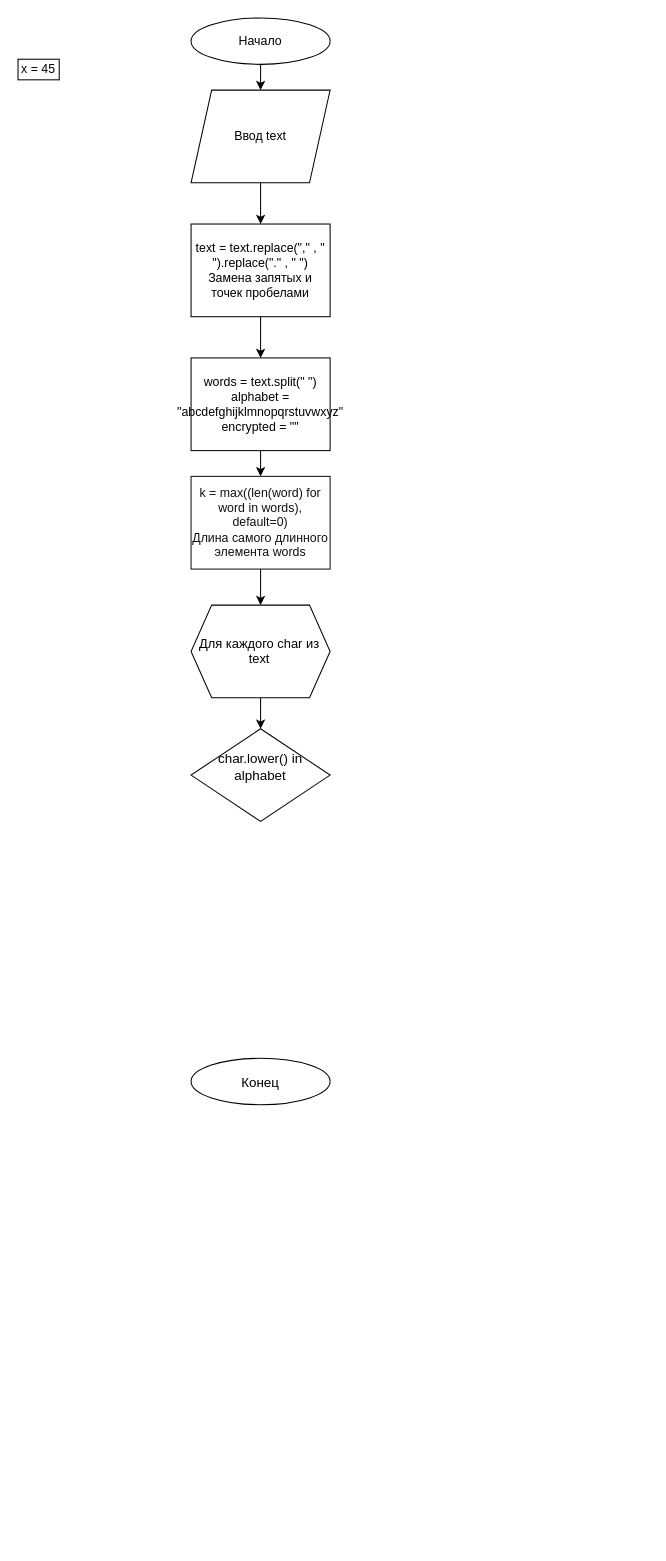
BinaryModder/Python_strings keeps this draw.io diagram as task_2/task_2_diagram.drawio. Above is the earlier version. Source tidied: cells renumbered, new cells numbered last; positions are measured from the earlier drawing's top-left corner, leaving out a move shared by most shapes. Both pictures are drawn from the tidied source at 103%, with x=0, y=0 at pixel (18, 18).
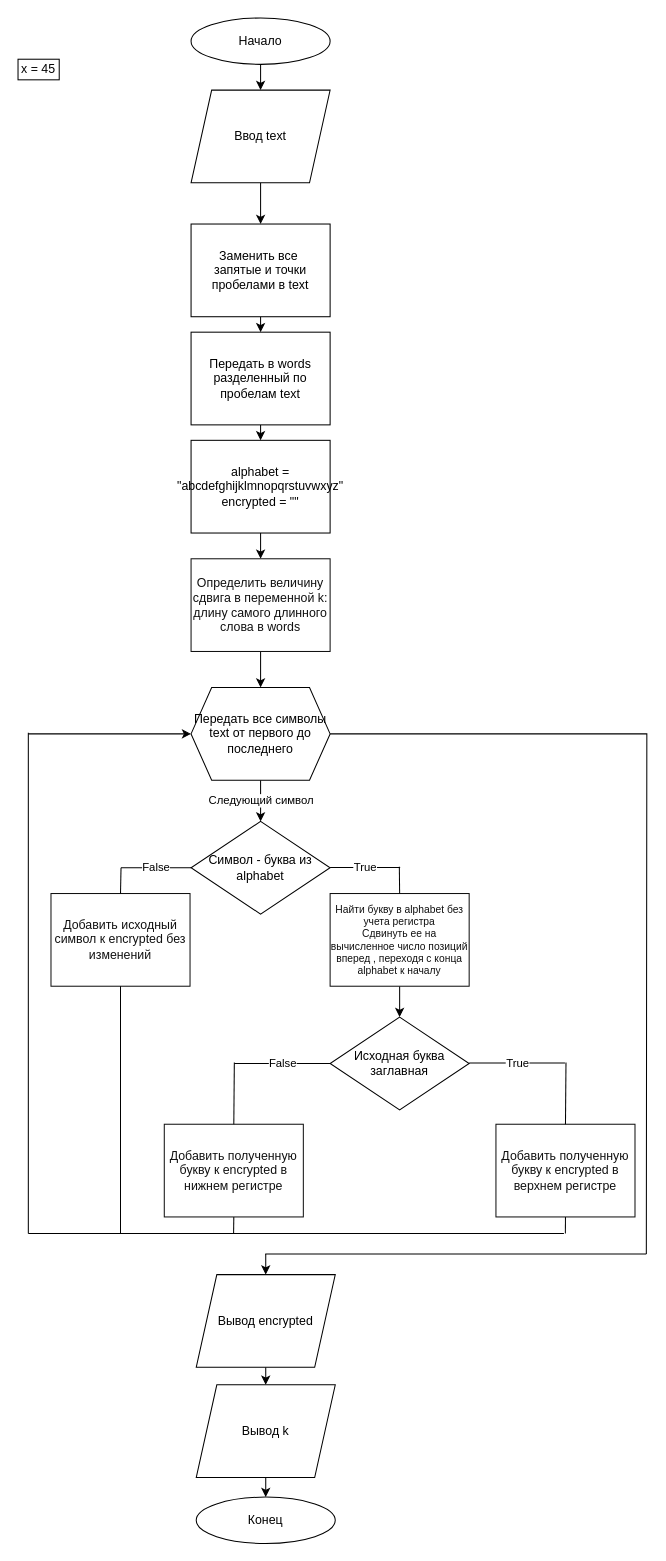
The same diagram, later.

What changed in the source:
```diff
@@
-    <mxCell id="4" value="Конец" style="ellipse;whiteSpace=wrap;html=1;shapeInside=1;fontSize=13;" parent="1" vertex="1">
-      <mxGeometry x="168" y="1010" width="135" height="45" as="geometry" />
+    <mxCell id="4" value="Конец" style="ellipse;whiteSpace=wrap;html=1;shapeInside=1;fontSize=12;" parent="1" vertex="1">
+      <mxGeometry x="173" y="1436" width="135" height="45" as="geometry" />
     </mxCell>
@@
-    <mxCell id="7" style="edgeStyle=orthogonalEdgeStyle;rounded=0;jettySize=auto;html=1;exitX=0.5;exitY=1;exitDx=0;exitDy=0;entryX=0.5;entryY=0;entryDx=0;entryDy=0;" parent="1" edge="1" source="8" target="10">
-      <mxGeometry relative="1" as="geometry" />
-    </mxCell>
+    <mxCell id="17" style="edgeStyle=orthogonalEdgeStyle;rounded=0;jettySize=auto;html=1;exitX=0.5;exitY=1;exitDx=0;exitDy=0;entryX=0.5;entryY=0;entryDx=0;entryDy=0;" parent="1" edge="1" source="8" target="20">
+      <mxGeometry relative="1" as="geometry" />
+    </mxCell>
-    <mxCell id="8" value="text = text.replace(&quot;,&quot; , &quot; &quot;).replace(&quot;.&quot; , &quot; &quot;)&lt;br&gt;Замена запятых и точек пробелами" style="rounded=0;whiteSpace=wrap;html=1;fontSize=12;align=center;" parent="1" vertex="1">
+    <mxCell id="8" value="Заменить все&amp;nbsp;&lt;div&gt;запятые и точки пробелами в text&lt;/div&gt;" style="rounded=0;whiteSpace=wrap;html=1;fontSize=12;align=center;" parent="1" vertex="1">
       <mxGeometry x="168" y="200" width="135" height="90" as="geometry" />
     </mxCell>
@@
-    <mxCell id="10" value="words = text.split(&quot; &quot;)&lt;br&gt;alphabet = &quot;abcdefghijklmnopqrstuvwxyz&quot;&lt;br&gt;encrypted = &quot;&quot;" style="rounded=0;whiteSpace=wrap;html=1;fontSize=12;align=center;" parent="1" vertex="1">
-      <mxGeometry x="168" y="330" width="135" height="90" as="geometry" />
+    <mxCell id="10" value="alphabet = &quot;abcdefghijklmnopqrstuvwxyz&quot;&lt;br&gt;encrypted = &quot;&quot;" style="rounded=0;whiteSpace=wrap;html=1;fontSize=12;align=center;" parent="1" vertex="1">
+      <mxGeometry x="168" y="410" width="135" height="90" as="geometry" />
     </mxCell>
@@
-    <mxCell id="12" value="k = max((len(word) for word in words),&lt;br&gt;default=0)&lt;br&gt;Длина самого длинного элемента words" style="rounded=0;whiteSpace=wrap;html=1;fontFamily=Arial;fontSize=12;align=center;verticalAlign=middle;fillColor=#ffffff;strokeColor=#111111;fontColor=#111111;" parent="1" vertex="1">
-      <mxGeometry x="168" y="445" width="135" height="90" as="geometry" />
+    <mxCell id="12" value="Определить величину сдвига в переменной k:&lt;div&gt;длину самого длинного слова в words&lt;/div&gt;" style="rounded=0;whiteSpace=wrap;html=1;fontFamily=Arial;fontSize=12;align=center;verticalAlign=middle;fillColor=#ffffff;strokeColor=#111111;fontColor=#111111;" parent="1" vertex="1">
+      <mxGeometry x="168" y="525" width="135" height="90" as="geometry" />
     </mxCell>
-    <mxCell id="13" style="edgeStyle=orthogonalEdgeStyle;rounded=0;jettySize=auto;html=1;exitX=0.5;exitY=1;exitDx=0;exitDy=0;entryX=0.5;entryY=0;entryDx=0;entryDy=0;" parent="1" edge="1" source="14" target="16">
+    <mxCell id="13" value="Следующий символ" style="edgeStyle=orthogonalEdgeStyle;rounded=0;jettySize=auto;html=1;exitX=0.5;exitY=1;exitDx=0;exitDy=0;entryX=0.5;entryY=0;entryDx=0;entryDy=0;" parent="1" edge="1" source="14" target="16">
       <mxGeometry relative="1" as="geometry" />
     </mxCell>
+    <mxCell id="18" style="edgeStyle=orthogonalEdgeStyle;rounded=0;jettySize=auto;html=1;endArrow=none;endFill=0;" parent="1" edge="1" source="14">
+      <mxGeometry relative="1" as="geometry">
+        <mxPoint x="610" y="1200" as="targetPoint" />
+      </mxGeometry>
+    </mxCell>
-    <mxCell id="14" value="&lt;div style=&quot;text-align: center;&quot;&gt;&lt;span style=&quot;text-decoration-line: inherit; background-color: transparent; color: light-dark(rgb(0, 0, 0), rgb(255, 255, 255));&quot;&gt;Для каждого char из text&lt;/span&gt;&lt;/div&gt;" style="shape=hexagon;perimeter=hexagonPerimeter2;whiteSpace=wrap;html=1;shapeInside=1;fixedSize=1;fontSize=12.5;align=right;" parent="1" vertex="1">
-      <mxGeometry x="168" y="570" width="135" height="90" as="geometry" />
+    <mxCell id="14" value="Передать все символы text от первого до последнего" style="shape=hexagon;perimeter=hexagonPerimeter2;whiteSpace=wrap;html=1;shapeInside=1;fixedSize=1;fontSize=12;align=center;" parent="1" vertex="1">
+      <mxGeometry x="168" y="650" width="135" height="90" as="geometry" />
     </mxCell>
@@
-    <mxCell id="16" value="char.lower() in alphabet&lt;div&gt;&lt;br/&gt;&lt;/div&gt;" style="rhombus;whiteSpace=wrap;html=1;shapeInside=1;fontSize=13;" parent="1" vertex="1">
-      <mxGeometry x="168" y="690" width="135" height="90" as="geometry" />
+    <mxCell id="16" value="Символ - буква из alphabet" style="rhombus;whiteSpace=wrap;html=1;shapeInside=1;fontSize=12;" parent="1" vertex="1">
+      <mxGeometry x="168" y="780" width="135" height="90" as="geometry" />
     </mxCell>
+    <mxCell id="19" style="edgeStyle=orthogonalEdgeStyle;rounded=0;jettySize=auto;html=1;exitX=0.5;exitY=1;exitDx=0;exitDy=0;entryX=0.5;entryY=0;entryDx=0;entryDy=0;" parent="1" edge="1" source="20" target="10">
+      <mxGeometry relative="1" as="geometry" />
+    </mxCell>
+    <mxCell id="20" value="Передать в words разделенный по пробелам text" style="rounded=0;whiteSpace=wrap;html=1;fontSize=12;align=center;" parent="1" vertex="1">
+      <mxGeometry x="168" y="305" width="135" height="90" as="geometry" />
+    </mxCell>
+    <mxCell id="21" value="False" style="endArrow=none;html=1;rounded=0;entryX=0;entryY=0.5;entryDx=0;entryDy=0;" parent="1" edge="1" target="16">
+      <mxGeometry relative="1" as="geometry">
+        <mxPoint x="100" y="825" as="sourcePoint" />
+      </mxGeometry>
+    </mxCell>
+    <mxCell id="22" value="True" style="endArrow=none;html=1;rounded=0;entryX=0;entryY=0.5;entryDx=0;entryDy=0;" parent="1" edge="1">
+      <mxGeometry relative="1" as="geometry">
+        <mxPoint x="303" y="824.7" as="sourcePoint" />
+        <mxPoint x="371" y="824.7" as="targetPoint" />
+      </mxGeometry>
+    </mxCell>
+    <mxCell id="23" value="Добавить исходный символ к encrypted без изменений" style="rounded=0;whiteSpace=wrap;html=1;fontFamily=Arial;fontSize=12;align=center;verticalAlign=middle;fillColor=#ffffff;strokeColor=#111111;fontColor=#111111;" parent="1" vertex="1">
+      <mxGeometry x="32" y="850" width="135" height="90" as="geometry" />
+    </mxCell>
+    <mxCell id="24" style="endArrow=none;html=1;rounded=0;exitX=0.5;exitY=0;exitDx=0;exitDy=0;" parent="1" edge="1" source="23">
+      <mxGeometry relative="1" as="geometry">
+        <mxPoint x="100" y="825" as="targetPoint" />
+      </mxGeometry>
+    </mxCell>
+    <mxCell id="25" style="edgeStyle=orthogonalEdgeStyle;rounded=0;jettySize=auto;html=1;exitX=0.5;exitY=1;exitDx=0;exitDy=0;entryX=0.5;entryY=0;entryDx=0;entryDy=0;" parent="1" edge="1" source="26" target="28">
+      <mxGeometry relative="1" as="geometry" />
+    </mxCell>
+    <mxCell id="26" value="Найти букву в alphabet без учета регистра&lt;br&gt;Сдвинуть ее на вычисленное число позиций вперед , переходя с конца alphabet к началу" style="rounded=0;whiteSpace=wrap;html=1;fontFamily=Arial;fontSize=10;align=center;verticalAlign=middle;fillColor=#ffffff;strokeColor=#111111;fontColor=#111111;" parent="1" vertex="1">
+      <mxGeometry x="303" y="850" width="135" height="90" as="geometry" />
+    </mxCell>
+    <mxCell id="27" style="endArrow=none;html=1;rounded=0;exitX=0.5;exitY=0;exitDx=0;exitDy=0;" parent="1" edge="1" source="26">
+      <mxGeometry relative="1" as="geometry">
+        <mxPoint x="370.2" y="824" as="targetPoint" />
+      </mxGeometry>
+    </mxCell>
+    <mxCell id="28" value="Исходная буква заглавная" style="rhombus;whiteSpace=wrap;html=1;shapeInside=1;fontSize=12;" parent="1" vertex="1">
+      <mxGeometry x="303" y="970" width="135" height="90" as="geometry" />
+    </mxCell>
+    <mxCell id="29" value="False" style="endArrow=none;html=1;rounded=0;entryX=0;entryY=0.5;entryDx=0;entryDy=0;" parent="1" edge="1" target="28">
+      <mxGeometry relative="1" as="geometry">
+        <mxPoint x="210" y="1015" as="sourcePoint" />
+      </mxGeometry>
+    </mxCell>
+    <mxCell id="30" value="True" style="endArrow=none;html=1;rounded=0;entryX=0;entryY=0.5;entryDx=0;entryDy=0;" parent="1" edge="1">
+      <mxGeometry relative="1" as="geometry">
+        <mxPoint x="438" y="1014.6" as="sourcePoint" />
+        <mxPoint x="531" y="1014.6" as="targetPoint" />
+      </mxGeometry>
+    </mxCell>
+    <mxCell id="31" style="edgeStyle=orthogonalEdgeStyle;rounded=0;jettySize=auto;html=1;exitX=0.5;exitY=1;exitDx=0;exitDy=0;endArrow=none;endFill=0;" parent="1" edge="1" source="32">
+      <mxGeometry relative="1" as="geometry">
+        <mxPoint x="209.3" y="1180" as="targetPoint" />
+      </mxGeometry>
+    </mxCell>
+    <mxCell id="32" value="Добавить полученную букву к encrypted в нижнем регистре" style="rounded=0;whiteSpace=wrap;html=1;fontFamily=Arial;fontSize=12;align=center;verticalAlign=middle;fillColor=#ffffff;strokeColor=#111111;fontColor=#111111;" parent="1" vertex="1">
+      <mxGeometry x="142" y="1074" width="135" height="90" as="geometry" />
+    </mxCell>
+    <mxCell id="33" style="endArrow=none;html=1;rounded=0;exitX=0.5;exitY=0;exitDx=0;exitDy=0;" parent="1" edge="1" source="32">
+      <mxGeometry relative="1" as="geometry">
+        <mxPoint x="210" y="1014" as="targetPoint" />
+      </mxGeometry>
+    </mxCell>
+    <mxCell id="34" style="edgeStyle=orthogonalEdgeStyle;rounded=0;jettySize=auto;html=1;exitX=0.5;exitY=1;exitDx=0;exitDy=0;endArrow=none;endFill=0;" parent="1" edge="1" source="35">
+      <mxGeometry relative="1" as="geometry">
+        <mxPoint x="531.4" y="1180" as="targetPoint" />
+      </mxGeometry>
+    </mxCell>
+    <mxCell id="35" value="Добавить полученную букву к encrypted в верхнем регистре" style="rounded=0;whiteSpace=wrap;html=1;fontFamily=Arial;fontSize=12;align=center;verticalAlign=middle;fillColor=#ffffff;strokeColor=#111111;fontColor=#111111;" parent="1" vertex="1">
+      <mxGeometry x="464" y="1074" width="135" height="90" as="geometry" />
+    </mxCell>
+    <mxCell id="36" style="endArrow=none;html=1;rounded=0;exitX=0.5;exitY=0;exitDx=0;exitDy=0;" parent="1" edge="1" source="35">
+      <mxGeometry relative="1" as="geometry">
+        <mxPoint x="532" y="1014" as="targetPoint" />
+      </mxGeometry>
+    </mxCell>
+    <mxCell id="37" style="endArrow=none;html=1;rounded=0;entryX=0.5;entryY=1;entryDx=0;entryDy=0;" parent="1" edge="1" target="23">
+      <mxGeometry relative="1" as="geometry">
+        <mxPoint x="99.5" y="1180" as="sourcePoint" />
+      </mxGeometry>
+    </mxCell>
+    <mxCell id="38" style="endArrow=none;html=1;rounded=0;" parent="1" edge="1">
+      <mxGeometry relative="1" as="geometry">
+        <mxPoint x="530" y="1180" as="sourcePoint" />
+        <mxPoint x="10" y="1180" as="targetPoint" />
+      </mxGeometry>
+    </mxCell>
+    <mxCell id="39" style="endArrow=none;html=1;rounded=0;" parent="1" edge="1">
+      <mxGeometry relative="1" as="geometry">
+        <mxPoint x="10" y="1180" as="sourcePoint" />
+        <mxPoint x="10" y="694" as="targetPoint" />
+      </mxGeometry>
+    </mxCell>
+    <mxCell id="40" style="endArrow=classic;html=1;rounded=0;entryX=0;entryY=0.5;entryDx=0;entryDy=0;endFill=1;" parent="1" edge="1" target="14">
+      <mxGeometry relative="1" as="geometry">
+        <mxPoint x="10" y="695" as="sourcePoint" />
+      </mxGeometry>
+    </mxCell>
+    <mxCell id="41" style="edgeStyle=orthogonalEdgeStyle;rounded=0;jettySize=auto;html=1;exitX=0.5;exitY=1;exitDx=0;exitDy=0;entryX=0.5;entryY=0;entryDx=0;entryDy=0;" parent="1" edge="1" source="42" target="46">
+      <mxGeometry relative="1" as="geometry" />
+    </mxCell>
+    <mxCell id="42" value="Вывод encrypted" style="shape=parallelogram;perimeter=parallelogramPerimeter;whiteSpace=wrap;html=1;shapeInside=1;fixedSize=1;fontSize=12;" parent="1" vertex="1">
+      <mxGeometry x="173" y="1220" width="135" height="90" as="geometry" />
+    </mxCell>
+    <mxCell id="43" style="endArrow=none;html=1;rounded=0;" parent="1" edge="1">
+      <mxGeometry relative="1" as="geometry">
+        <mxPoint x="240" y="1200" as="sourcePoint" />
+        <mxPoint x="610" y="1200" as="targetPoint" />
+      </mxGeometry>
+    </mxCell>
+    <mxCell id="44" style="endArrow=classic;html=1;rounded=0;endFill=1;entryX=0.5;entryY=0;entryDx=0;entryDy=0;" parent="1" edge="1" target="42">
+      <mxGeometry relative="1" as="geometry">
+        <mxPoint x="240.5" y="1200" as="sourcePoint" />
+      </mxGeometry>
+    </mxCell>
+    <mxCell id="45" style="edgeStyle=orthogonalEdgeStyle;rounded=0;jettySize=auto;html=1;exitX=0.5;exitY=1;exitDx=0;exitDy=0;entryX=0.5;entryY=0;entryDx=0;entryDy=0;" parent="1" edge="1" source="46" target="4">
+      <mxGeometry relative="1" as="geometry" />
+    </mxCell>
+    <mxCell id="46" value="Вывод k" style="shape=parallelogram;perimeter=parallelogramPerimeter;whiteSpace=wrap;html=1;shapeInside=1;fixedSize=1;fontSize=12;" parent="1" vertex="1">
+      <mxGeometry x="173" y="1327" width="135" height="90" as="geometry" />
+    </mxCell>
```
